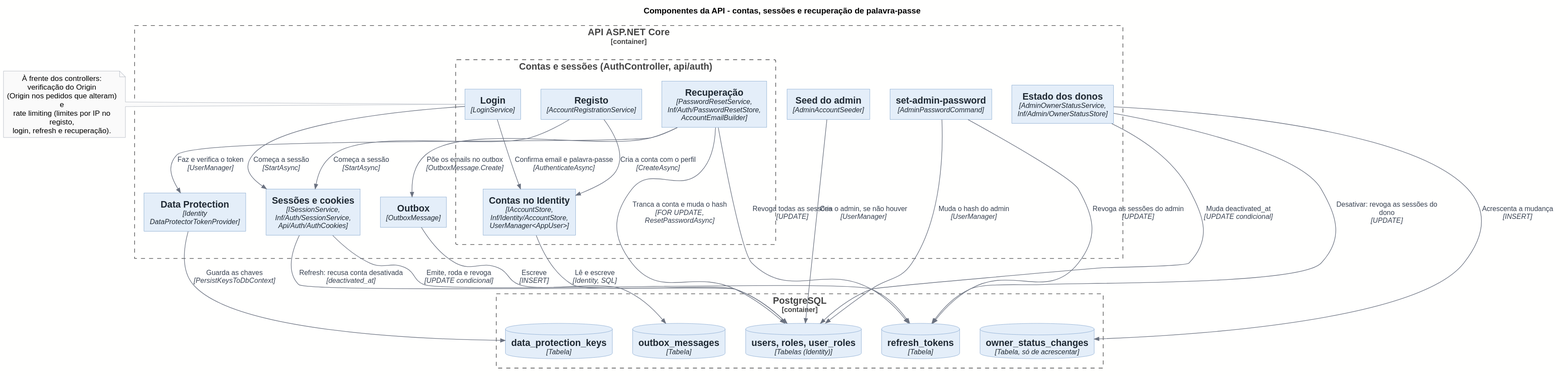
Above: docs/architecture/out/03-components-api-accounts.svg in rodrigo4sousa/SportsEstablishments (PlantUML), before the change.
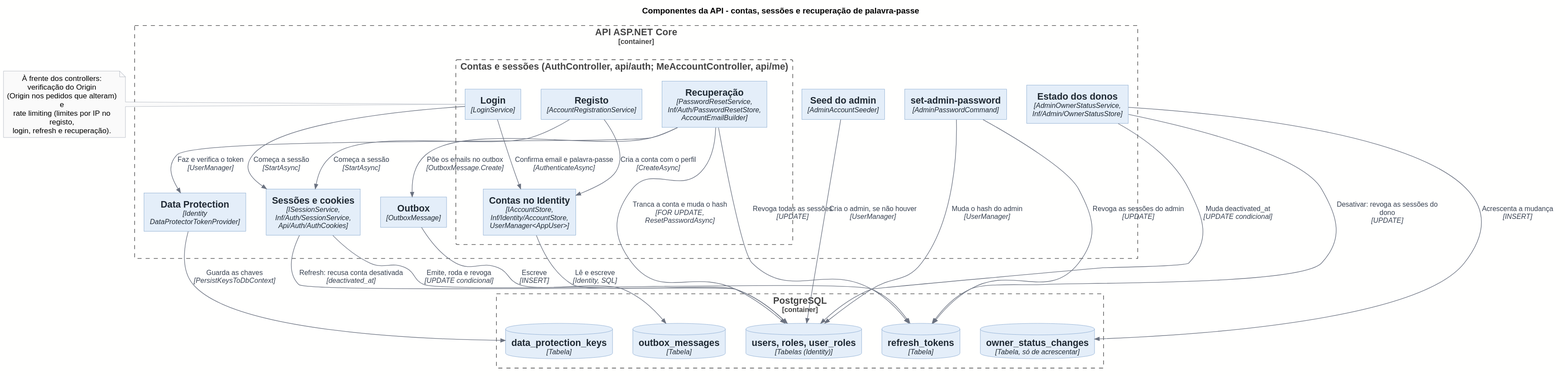
The same file after the commit.

What changed in the source:
```diff
@@ -7,7 +7,7 @@
 LAYOUT_TOP_DOWN()
 
 Container_Boundary(C_API, "API ASP.NET Core") {
-  Boundary(API_AUTH, "Contas e sessões (AuthController, api/auth)") {
+  Boundary(API_AUTH, "Contas e sessões (AuthController, api/auth; MeAccountController, api/me)") {
     Component(API_AUTH_REG, "Registo", "AccountRegistrationService")
     Component(API_AUTH_LOGIN, "Login", "LoginService")
     Component(API_AUTH_RESET, "Recuperação", "PasswordResetService, Inf/Auth/PasswordResetStore, AccountEmailBuilder")
```
